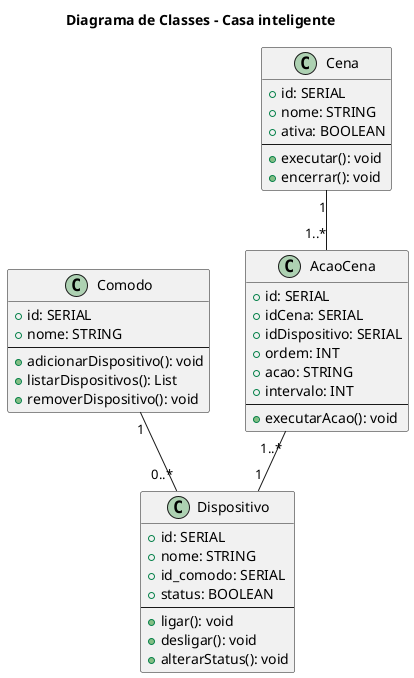
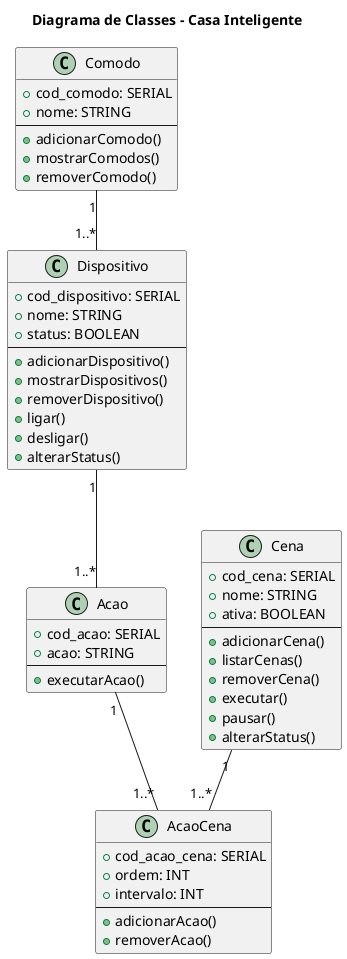
@startuml

- title Diagrama de Classes - Casa inteligente
+ title Diagrama de Classes - Casa Inteligente

class Comodo {
-     +id: SERIAL
+     +cod_comodo: SERIAL
    +nome: STRING
    --
-     +adicionarDispositivo(): void
-     +listarDispositivos(): List
-     +removerDispositivo(): void
+     +adicionarComodo()
+     +mostrarComodos()
+     +removerComodo()
}

class Dispositivo {
-     +id: SERIAL
+     +cod_dispositivo: SERIAL
    +nome: STRING
-     +id_comodo: SERIAL
    +status: BOOLEAN
    --
-     +ligar(): void
-     +desligar(): void
-     +alterarStatus(): void
+     +adicionarDispositivo()
+     +mostrarDispositivos()
+     +removerDispositivo()
+     +ligar()
+     +desligar()
+     +alterarStatus()
}

class Cena {
-     +id: SERIAL
+     +cod_cena: SERIAL
    +nome: STRING
    +ativa: BOOLEAN
    --
-     +executar(): void
-     +encerrar(): void
+     +adicionarCena()
+     +listarCenas()
+     +removerCena()
+     +executar()
+     +pausar()
+     +alterarStatus()
+ }
+ 
+ class Acao {
+     +cod_acao: SERIAL
+     +acao: STRING
+     --
+     +executarAcao()
}

class AcaoCena {
-     +id: SERIAL
-     +idCena: SERIAL
-     +idDispositivo: SERIAL
+     +cod_acao_cena: SERIAL
    +ordem: INT
-     +acao: STRING
    +intervalo: INT
    --
-     +executarAcao(): void
+     +adicionarAcao()
+     +removerAcao()
}

- Comodo "1" -- "0..*" Dispositivo
+ ' RELACIONAMENTOS
+ Comodo "1" -- "1..*" Dispositivo
+ Dispositivo "1" -- "1..*" Acao
Cena "1" -- "1..*" AcaoCena
- AcaoCena "1..*" -- "1" Dispositivo
+ Acao "1" -- "1..*" AcaoCena

- 
- @enduml+ @enduml
